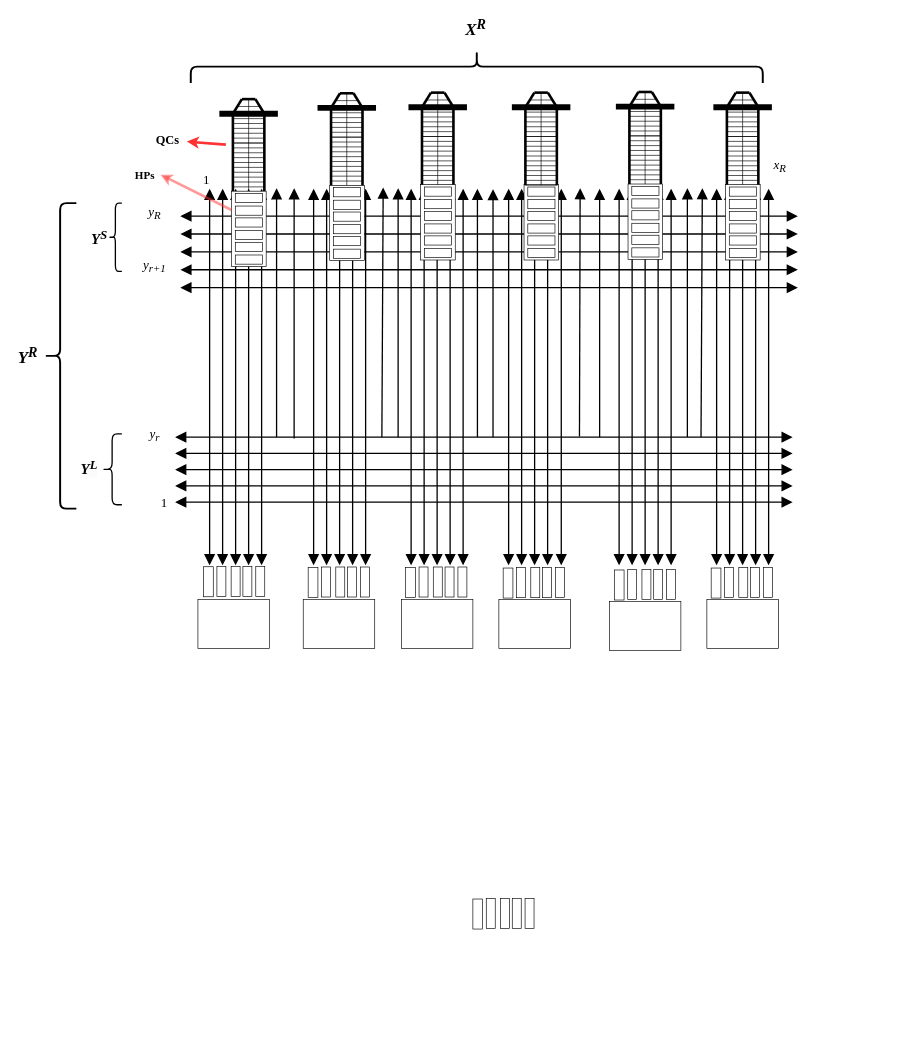
amireza007/AGV-Project keeps this draw.io diagram as Thesis/Port Layout.drawio. Above is the earlier version. Source tidied: cells renumbered, new cells numbered last; positions are measured from the earlier drawing's top-left corner, leaving out a move shared by most shapes. Both pictures are drawn from the tidied source at 65%, with x=0, y=0 at pixel (-99, -220).
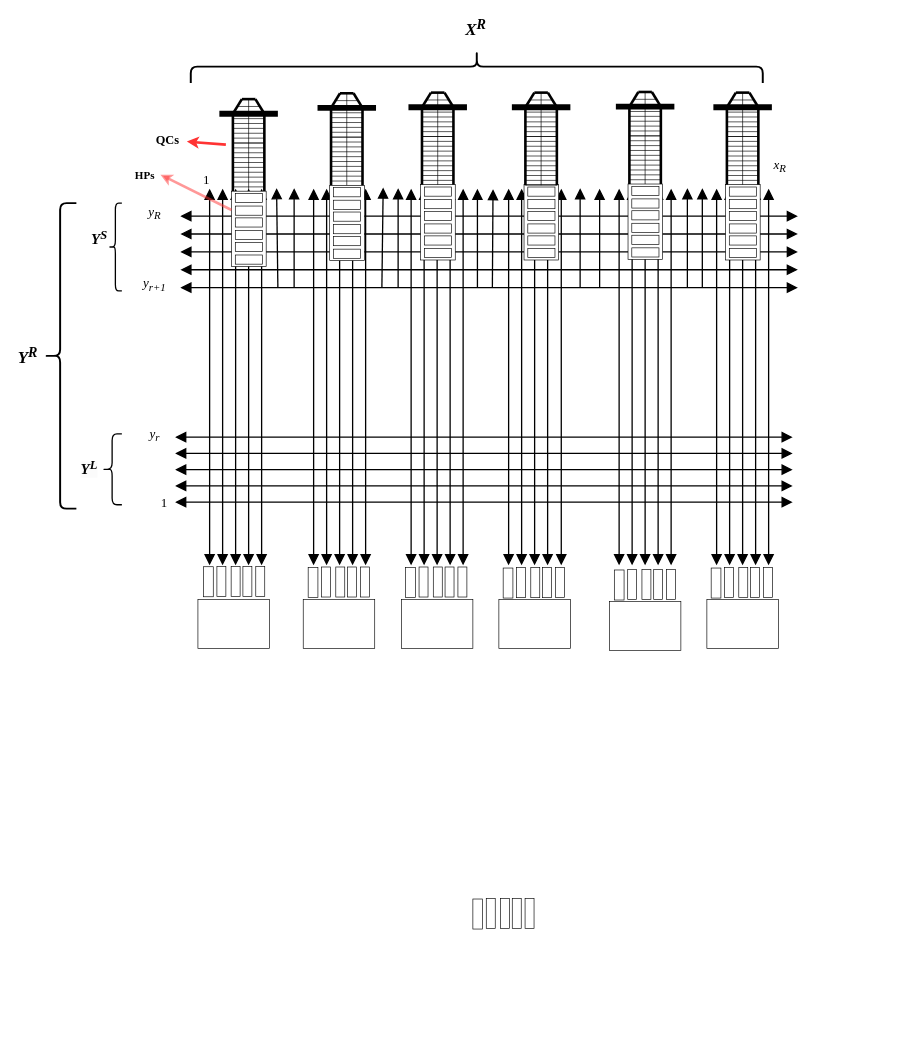
The same diagram, later.

Unchanged cells that the change refers to:
```xml
<mxCell id="8" style="group;rotation=90;" parent="1" vertex="1">
  <mxGeometry y="895" width="1030" height="480" as="geometry" />
</mxCell>
<mxCell id="30" style="group;rotation=90;" parent="1" vertex="1">
  <mxGeometry x="310" y="895" width="1030" height="1050" as="geometry" />
</mxCell>
```

Diff of the diagram source:
```diff
@@
     <mxCell id="23" value="&lt;font face=&quot;Times New Roman&quot; style=&quot;font-size: 20px;&quot;&gt;&lt;i&gt;y&lt;sub&gt;r+1&lt;/sub&gt;&lt;/i&gt;&lt;/font&gt;" style="text;html=1;align=center;verticalAlign=middle;strokeColor=none;fillColor=none;" parent="8" vertex="1">
-      <mxGeometry x="360" y="-168" width="60" height="40" as="geometry" />
+      <mxGeometry x="360" y="-140" width="60" height="40" as="geometry" />
     </mxCell>
@@
     <mxCell id="26" style="shape=curlyBracket;whiteSpace=wrap;html=1;rounded=1;labelPosition=left;verticalLabelPosition=middle;align=right;verticalAlign=middle;strokeWidth=2;" parent="8" vertex="1">
-      <mxGeometry x="320" y="-245" width="20" height="105" as="geometry" />
+      <mxGeometry x="320" y="-245" width="20" height="135" as="geometry" />
     </mxCell>
@@
+    <mxCell id="109" style="endArrow=block;startArrow=none;html=1;rounded=0;endSize=12;strokeWidth=2;startSize=12;startFill=0;endFill=1;sourcePerimeterSpacing=17;" parent="30" edge="1">
+      <mxGeometry relative="1" as="geometry">
+        <mxPoint x="295" y="-115" as="sourcePoint" />
+        <mxPoint x="295" y="-268" as="targetPoint" />
+      </mxGeometry>
+    </mxCell>
@@
     <mxCell id="108" style="endArrow=block;startArrow=none;html=1;rounded=0;endSize=12;strokeWidth=2;startSize=0;startFill=0;endFill=1;sourcePerimeterSpacing=17;" parent="1" edge="1">
       <mxGeometry relative="1" as="geometry">
-        <mxPoint x="578" y="1010" as="sourcePoint" />
+        <mxPoint x="580" y="780" as="sourcePoint" />
         <mxPoint x="578" y="627" as="targetPoint" />
       </mxGeometry>
     </mxCell>
-    <mxCell id="109" style="endArrow=block;startArrow=none;html=1;rounded=0;endSize=12;strokeWidth=2;startSize=12;startFill=0;endFill=1;sourcePerimeterSpacing=17;" parent="1" edge="1">
-      <mxGeometry relative="1" as="geometry">
-        <mxPoint x="605" y="1012" as="sourcePoint" />
-        <mxPoint x="605" y="627" as="targetPoint" />
-      </mxGeometry>
-    </mxCell>
     <mxCell id="110" style="endArrow=block;startArrow=none;html=1;rounded=0;endSize=12;strokeWidth=2;startSize=12;startFill=0;endFill=1;sourcePerimeterSpacing=17;" parent="1" edge="1">
       <mxGeometry relative="1" as="geometry">
-        <mxPoint x="740" y="1010" as="sourcePoint" />
+        <mxPoint x="740" y="780" as="sourcePoint" />
         <mxPoint x="742" y="626" as="targetPoint" />
       </mxGeometry>
     </mxCell>
     <mxCell id="111" style="endArrow=block;startArrow=none;html=1;rounded=0;endSize=12;strokeWidth=2;startSize=12;startFill=0;endFill=1;sourcePerimeterSpacing=17;" parent="1" edge="1">
       <mxGeometry relative="1" as="geometry">
-        <mxPoint x="765" y="1010" as="sourcePoint" />
+        <mxPoint x="765" y="780" as="sourcePoint" />
         <mxPoint x="765" y="627" as="targetPoint" />
       </mxGeometry>
     </mxCell>
     <mxCell id="112" style="endArrow=block;startArrow=none;html=1;rounded=0;endSize=12;strokeWidth=2;startSize=12;startFill=0;endFill=1;sourcePerimeterSpacing=17;" parent="1" edge="1">
       <mxGeometry relative="1" as="geometry">
-        <mxPoint x="887" y="1010" as="sourcePoint" />
+        <mxPoint x="887" y="780" as="sourcePoint" />
         <mxPoint x="887" y="628" as="targetPoint" />
       </mxGeometry>
     </mxCell>
     <mxCell id="113" style="endArrow=block;startArrow=none;html=1;rounded=0;endSize=12;strokeWidth=2;startSize=12;startFill=0;endFill=1;sourcePerimeterSpacing=17;" parent="1" edge="1">
       <mxGeometry relative="1" as="geometry">
-        <mxPoint x="911" y="1010" as="sourcePoint" />
+        <mxPoint x="910" y="780" as="sourcePoint" />
         <mxPoint x="911" y="628.5" as="targetPoint" />
       </mxGeometry>
     </mxCell>
     <mxCell id="114" style="endArrow=block;startArrow=none;html=1;rounded=0;endSize=12;strokeWidth=2;startSize=12;startFill=0;endFill=1;sourcePerimeterSpacing=17;" parent="1" edge="1">
       <mxGeometry relative="1" as="geometry">
-        <mxPoint x="1044" y="1009" as="sourcePoint" />
+        <mxPoint x="1045" y="780" as="sourcePoint" />
         <mxPoint x="1045" y="627" as="targetPoint" />
       </mxGeometry>
     </mxCell>
     <mxCell id="115" style="endArrow=block;startArrow=none;html=1;rounded=0;endSize=12;strokeWidth=2;startSize=12;startFill=0;endFill=1;sourcePerimeterSpacing=17;" parent="1" edge="1">
       <mxGeometry relative="1" as="geometry">
-        <mxPoint x="1075" y="1010" as="sourcePoint" />
+        <mxPoint x="1075" y="780" as="sourcePoint" />
         <mxPoint x="1075" y="628" as="targetPoint" />
       </mxGeometry>
     </mxCell>
     <mxCell id="116" style="endArrow=block;startArrow=none;html=1;rounded=0;endSize=12;strokeWidth=2;startSize=12;startFill=0;endFill=1;sourcePerimeterSpacing=17;" parent="1" edge="1">
       <mxGeometry relative="1" as="geometry">
-        <mxPoint x="1210" y="1010" as="sourcePoint" />
+        <mxPoint x="1210" y="780" as="sourcePoint" />
         <mxPoint x="1210" y="627" as="targetPoint" />
       </mxGeometry>
     </mxCell>
     <mxCell id="117" style="endArrow=block;startArrow=none;html=1;rounded=0;endSize=12;strokeWidth=2;startSize=12;startFill=0;endFill=1;sourcePerimeterSpacing=17;" parent="1" edge="1">
       <mxGeometry relative="1" as="geometry">
-        <mxPoint x="1231" y="1010" as="sourcePoint" />
+        <mxPoint x="1233" y="780" as="sourcePoint" />
         <mxPoint x="1233" y="627" as="targetPoint" />
       </mxGeometry>
     </mxCell>
```
